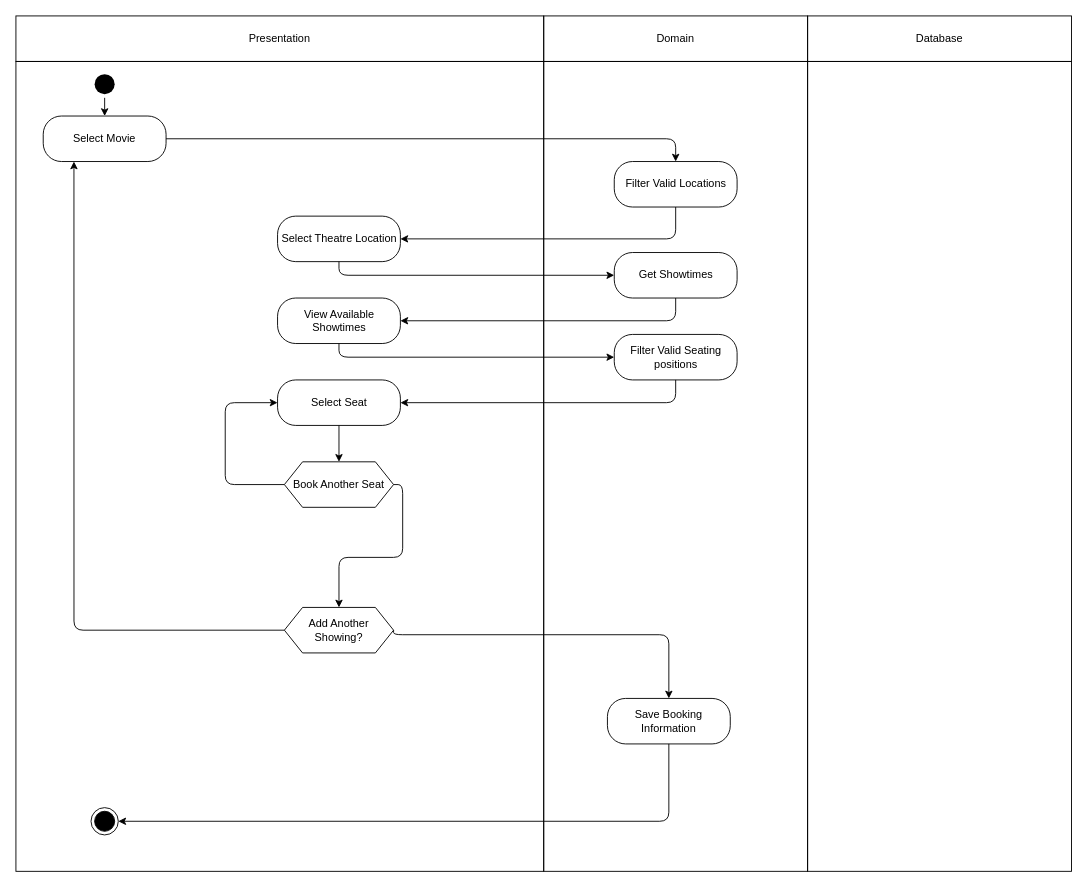
Before: Technical Diagrams/System Activity/TicketBook.drawio in tahmeedm/ENSF480_Group15, a draw.io diagram. Source tidied: cells renumbered, new cells numbered last; positions are measured from the earlier drawing's top-left corner, leaving out a move shared by most shapes. Both pictures are drawn from the tidied source at 91%, with x=0, y=0 at pixel (15, 15).
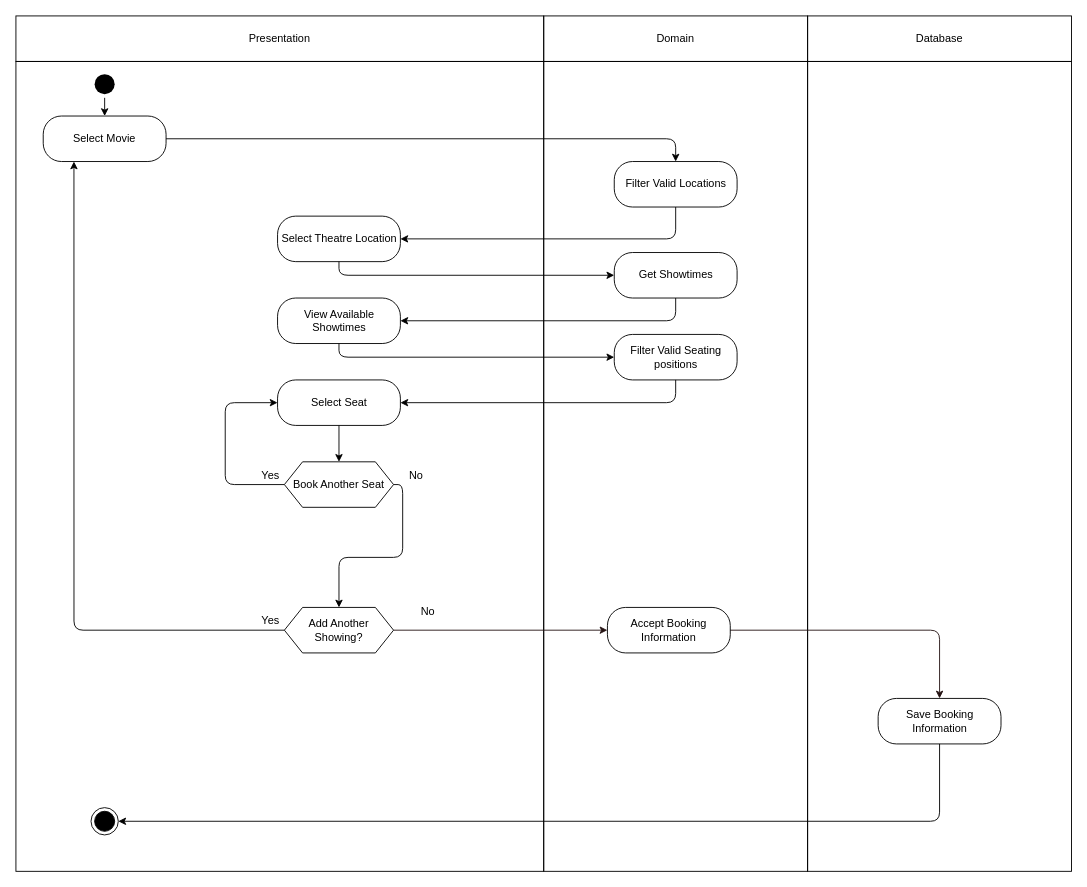
The same page after the edit.

Unchanged cells that the change refers to:
```xml
<mxCell id="21" value="Add Another Showing?" style="shape=hexagon;perimeter=hexagonPerimeter2;whiteSpace=wrap;html=1;fixedSize=1;strokeColor=#000000;fontColor=#000000;fillColor=none;" parent="1" vertex="1">
  <mxGeometry x="295" y="650" width="120" height="50" as="geometry" />
</mxCell>
```

Change to the diagram source:
```diff
@@
-    <mxCell id="20" style="edgeStyle=orthogonalEdgeStyle;jumpStyle=arc;html=1;exitX=1;exitY=0.5;exitDx=0;exitDy=0;entryX=0.5;entryY=0;entryDx=0;entryDy=0;strokeColor=#000000;" parent="1" edge="1" source="21" target="30">
-      <mxGeometry relative="1" as="geometry">
-        <Array as="points">
-          <mxPoint x="415" y="680" />
-          <mxPoint x="718" y="680" />
-        </Array>
-      </mxGeometry>
-    </mxCell>
+    <mxCell id="33" style="edgeStyle=none;html=1;exitX=1;exitY=0.5;exitDx=0;exitDy=0;entryX=0;entryY=0.5;entryDx=0;entryDy=0;strokeColor=#251313;" parent="1" edge="1" source="21" target="39">
+      <mxGeometry relative="1" as="geometry" />
+    </mxCell>
@@
     <mxCell id="30" value="Save Booking Information" style="rounded=1;whiteSpace=wrap;html=1;arcSize=40;fontColor=#000000;fillColor=none;strokeColor=#000000;" parent="1" vertex="1">
-      <mxGeometry x="650" y="750" width="135" height="50" as="geometry" />
+      <mxGeometry x="947.5" y="750" width="135" height="50" as="geometry" />
     </mxCell>
@@
+    <mxCell id="34" value="Yes" style="text;html=1;strokeColor=none;fillColor=none;align=center;verticalAlign=middle;whiteSpace=wrap;rounded=0;fontColor=#000000;" parent="1" vertex="1">
+      <mxGeometry x="250" y="650" width="60" height="30" as="geometry" />
+    </mxCell>
+    <mxCell id="35" value="No" style="text;html=1;strokeColor=none;fillColor=none;align=center;verticalAlign=middle;whiteSpace=wrap;rounded=0;fontColor=#000000;" parent="1" vertex="1">
+      <mxGeometry x="410" y="490" width="60" height="30" as="geometry" />
+    </mxCell>
+    <mxCell id="36" value="Yes" style="text;html=1;strokeColor=none;fillColor=none;align=center;verticalAlign=middle;whiteSpace=wrap;rounded=0;fontColor=#000000;" parent="1" vertex="1">
+      <mxGeometry x="250" y="490" width="60" height="30" as="geometry" />
+    </mxCell>
+    <mxCell id="37" value="No" style="text;html=1;strokeColor=none;fillColor=none;align=center;verticalAlign=middle;whiteSpace=wrap;rounded=0;fontColor=#000000;" parent="1" vertex="1">
+      <mxGeometry x="422.5" y="640" width="60" height="30" as="geometry" />
+    </mxCell>
+    <mxCell id="38" style="edgeStyle=orthogonalEdgeStyle;html=1;exitX=1;exitY=0.5;exitDx=0;exitDy=0;entryX=0.5;entryY=0;entryDx=0;entryDy=0;strokeColor=#251313;" parent="1" edge="1" source="39" target="30">
+      <mxGeometry relative="1" as="geometry" />
+    </mxCell>
+    <mxCell id="39" value="Accept Booking Information" style="rounded=1;whiteSpace=wrap;html=1;arcSize=40;fontColor=#000000;fillColor=none;strokeColor=#000000;" parent="1" vertex="1">
+      <mxGeometry x="650" y="650" width="135" height="50" as="geometry" />
+    </mxCell>
```
